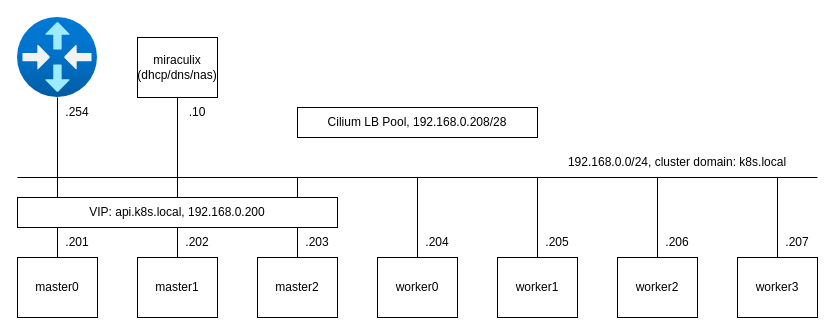
The draw.io diagram cluster-diagram/kubernetes-environment.drawio in rknaus/talos-home-cluster, before the edit. Source tidied: cells renumbered, new cells numbered last; positions are measured from the earlier drawing's top-left corner, leaving out a move shared by most shapes. Both pictures are drawn from the tidied source at 100%, with x=0, y=0 at pixel (17, 17).
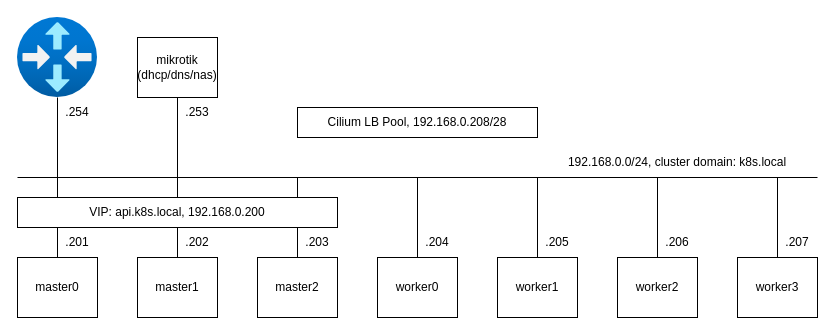
The same diagram, later.

Change to the diagram source:
```diff
@@
-    <mxCell id="18" value="miraculix&lt;br&gt;(dhcp/dns/nas)" style="rounded=0;whiteSpace=wrap;html=1;" parent="1" vertex="1">
+    <mxCell id="18" value="mikrotik&lt;br&gt;(dhcp/dns/nas)" style="rounded=0;whiteSpace=wrap;html=1;" parent="1" vertex="1">
       <mxGeometry x="120" y="20" width="80" height="60" as="geometry" />
     </mxCell>
@@
-    <mxCell id="22" value=".10" style="text;html=1;align=center;verticalAlign=middle;whiteSpace=wrap;rounded=0;" parent="1" vertex="1">
+    <mxCell id="22" value=".253" style="text;html=1;align=center;verticalAlign=middle;whiteSpace=wrap;rounded=0;" parent="1" vertex="1">
       <mxGeometry x="160" y="80" width="40" height="30" as="geometry" />
     </mxCell>
```
